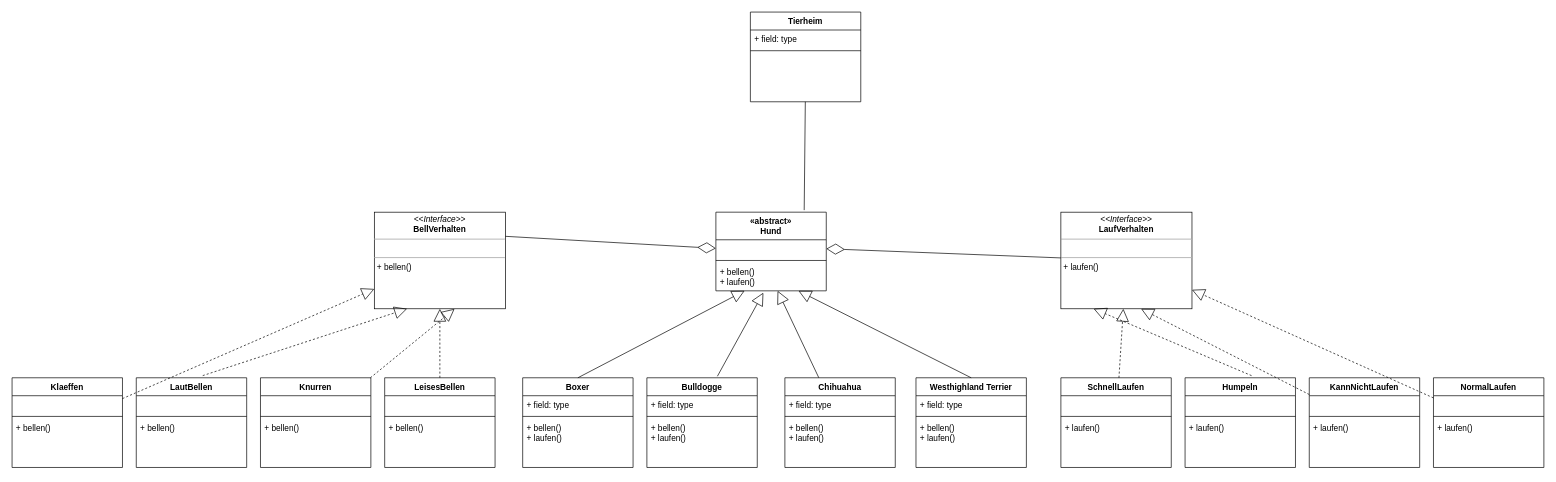
This is page "Strategie Pattern Hund" (9 of 11) of DesignPattern/Material/Example.drawio from hossamezzat17/JavaTraining07022022, a draw.io file, before an edit. Source tidied: cells renumbered, new cells numbered last; positions are measured from the earlier drawing's top-left corner, leaving out a move shared by most shapes. Both pictures are drawn from the tidied source at 69%, with x=0, y=0 at pixel (12, 12).
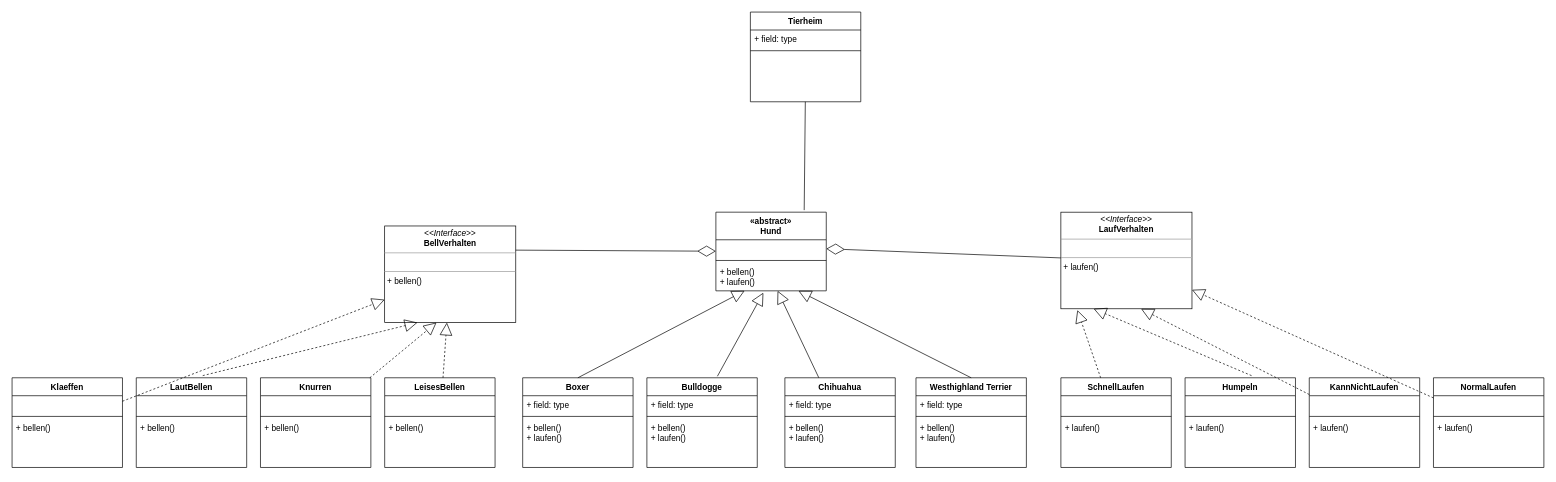
After the change.

Unchanged cells that the change refers to:
```xml
<mxCell id="35" value="Knurren" style="swimlane;fontStyle=1;align=center;verticalAlign=top;horizontal=1;startSize=26;" parent="1" vertex="1">
  <mxGeometry x="360" y="530" width="160" height="130" as="geometry" />
</mxCell>
<mxCell id="48" value="&lt;p style=&quot;margin: 0px ; margin-top: 4px ; text-align: center&quot;&gt;&lt;i&gt;&amp;lt;&amp;lt;Interface&amp;gt;&amp;gt;&lt;/i&gt;&lt;br&gt;&lt;b&gt;LaufVerhalten&lt;/b&gt;&lt;/p&gt;&lt;hr size=&quot;1&quot;&gt;&lt;p style=&quot;margin: 0px ; margin-left: 4px&quot;&gt;&amp;nbsp;&lt;/p&gt;&lt;hr size=&quot;1&quot;&gt;&lt;p style=&quot;margin: 0px ; margin-left: 4px&quot;&gt;+ laufen()&lt;/p&gt;" style="verticalAlign=top;align=left;overflow=fill;fontSize=12;fontFamily=Helvetica;html=1;" parent="1" vertex="1">
  <mxGeometry x="1520" y="290" width="190" height="140" as="geometry" />
</mxCell>
<mxCell id="49" value="SchnellLaufen" style="swimlane;fontStyle=1;align=center;verticalAlign=top;horizontal=1;startSize=26;" parent="1" vertex="1">
  <mxGeometry x="1520" y="530" width="160" height="130" as="geometry" />
</mxCell>
```

Change to the diagram source:
```diff
@@
     <mxCell id="26" value="&lt;p style=&quot;margin: 0px ; margin-top: 4px ; text-align: center&quot;&gt;&lt;i&gt;&amp;lt;&amp;lt;Interface&amp;gt;&amp;gt;&lt;/i&gt;&lt;br&gt;&lt;b&gt;BellVerhalten&lt;/b&gt;&lt;/p&gt;&lt;hr size=&quot;1&quot;&gt;&lt;p style=&quot;margin: 0px ; margin-left: 4px&quot;&gt;&amp;nbsp;&lt;/p&gt;&lt;hr size=&quot;1&quot;&gt;&lt;p style=&quot;margin: 0px ; margin-left: 4px&quot;&gt;+ bellen()&lt;/p&gt;" style="verticalAlign=top;align=left;overflow=fill;fontSize=12;fontFamily=Helvetica;html=1;" parent="1" vertex="1">
-      <mxGeometry x="525" y="290" width="190" height="140" as="geometry" />
+      <mxGeometry x="540" y="310" width="190" height="140" as="geometry" />
     </mxCell>
@@
-    <mxCell id="45" style="endArrow=block;endSize=16;endFill=0;html=1;rounded=0;dashed=1;entryX=0.612;entryY=1.001;entryDx=0;entryDy=0;entryPerimeter=0;" parent="1" edge="1" source="35" target="26">
+    <mxCell id="45" style="endArrow=block;endSize=16;endFill=0;html=1;rounded=0;dashed=1;entryX=0.395;entryY=1;entryDx=0;entryDy=0;entryPerimeter=0;" parent="1" edge="1" source="35" target="26">
       <mxGeometry x="-0.12" relative="1" as="geometry" />
     </mxCell>
@@
-    <mxCell id="65" style="endArrow=block;endSize=16;endFill=0;html=1;rounded=0;dashed=1;" parent="1" edge="1" source="49" target="48">
+    <mxCell id="65" style="endArrow=block;endSize=16;endFill=0;html=1;rounded=0;dashed=1;entryX=0.126;entryY=1.014;entryDx=0;entryDy=0;entryPerimeter=0;" parent="1" edge="1" source="49" target="48">
       <mxGeometry x="-0.12" relative="1" as="geometry" />
     </mxCell>
```
